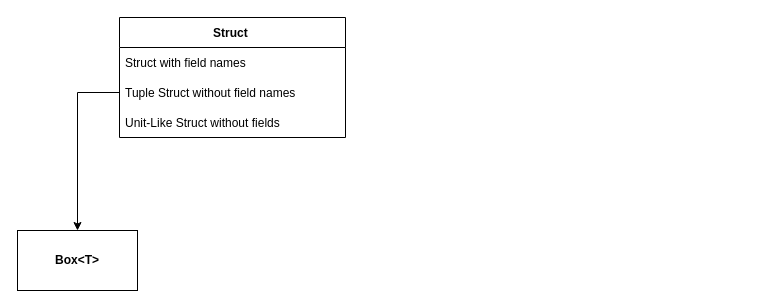
gftea/rust_lang_notes keeps this draw.io diagram as page "Struct" (4 of 9) of datatypes.drawio. Above is the earlier version. Source tidied: cells renumbered, new cells numbered last; positions are measured from the earlier drawing's top-left corner, leaving out a move shared by most shapes. Both pictures are drawn from the tidied source at 100%, with x=0, y=0 at pixel (17, 17).
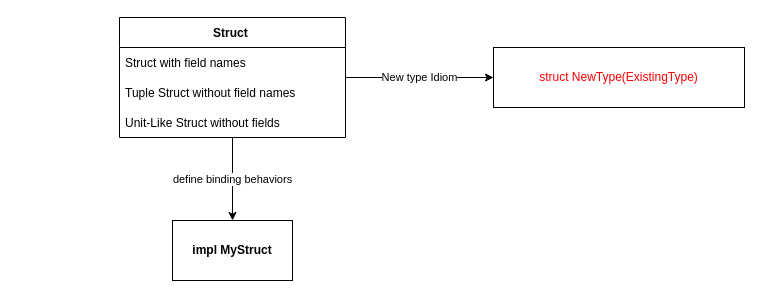
After the change.

The edit, as a diff of the source:
```diff
@@
 <mxGraphModel>
   <root>
     <mxCell id="0" />
     <mxCell id="1" parent="0" />
-    <mxCell id="2" style="edgeStyle=orthogonalEdgeStyle;rounded=0;jettySize=auto;html=1;exitX=0;exitY=0.5;exitDx=0;exitDy=0;" parent="1" edge="1" source="5" target="7">
-      <mxGeometry relative="1" as="geometry" />
-    </mxCell>
+    <mxCell id="8" value="&lt;font color=&quot;#000000&quot;&gt;New type Idiom&lt;/font&gt;" style="edgeStyle=orthogonalEdgeStyle;rounded=0;sketch=0;jettySize=auto;html=1;fontColor=#FF0000;" parent="1" edge="1" source="3" target="10">
+      <mxGeometry relative="1" as="geometry" />
+    </mxCell>
+    <mxCell id="9" value="define binding behaviors" style="edgeStyle=orthogonalEdgeStyle;rounded=0;sketch=0;jettySize=auto;html=1;fontColor=#000000;" parent="1" edge="1" source="3" target="11">
+      <mxGeometry relative="1" as="geometry" />
+    </mxCell>
     <mxCell id="3" value="Struct " style="swimlane;fontStyle=1;horizontal=1;startSize=30;" parent="1" vertex="1">
       <mxGeometry x="102" width="226" height="120" as="geometry" />
     </mxCell>
     <mxCell id="4" value="Struct with field names" style="text;strokeColor=none;fillColor=none;align=left;verticalAlign=middle;spacingLeft=4;spacingRight=4;overflow=hidden;" parent="3" vertex="1">
       <mxGeometry y="30" width="226" height="30" as="geometry" />
     </mxCell>
     <mxCell id="5" value="Tuple Struct without field names" style="text;strokeColor=none;fillColor=none;align=left;verticalAlign=middle;spacingLeft=4;spacingRight=4;overflow=hidden;points=[[0,0.5],[1,0.5]];portConstraint=eastwest;" parent="3" vertex="1">
       <mxGeometry y="60" width="226" height="30" as="geometry" />
     </mxCell>
     <mxCell id="6" value="Unit-Like Struct without fields" style="text;strokeColor=none;fillColor=none;align=left;verticalAlign=middle;spacingLeft=4;spacingRight=4;overflow=hidden;" parent="3" vertex="1">
       <mxGeometry y="90" width="226" height="30" as="geometry" />
     </mxCell>
-    <mxCell id="7" value="Box&amp;lt;T&amp;gt;" style="whiteSpace=wrap;html=1;fontStyle=1;startSize=30;" parent="1" vertex="1">
-      <mxGeometry y="213" width="120" height="60" as="geometry" />
-    </mxCell>
+    <mxCell id="10" value="struct NewType(ExistingType)" style="rounded=0;whiteSpace=wrap;html=1;fontColor=#FF0000;" parent="1" vertex="1">
+      <mxGeometry x="476" y="30" width="251" height="60" as="geometry" />
+    </mxCell>
+    <mxCell id="11" value="impl MyStruct" style="whiteSpace=wrap;html=1;fontStyle=1;startSize=30;" parent="1" vertex="1">
+      <mxGeometry x="155" y="203" width="120" height="60" as="geometry" />
+    </mxCell>
   </root>
 </mxGraphModel>
```
